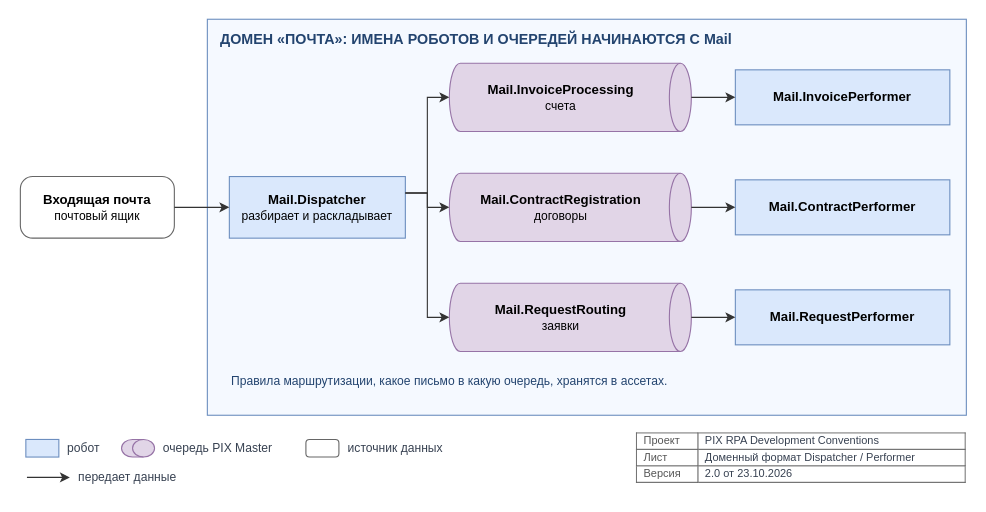
Above: page "project / project-domain" (2 of 6) of images/diagrams.drawio in TheMrDJek/PixRpaDevelopmentConventions (draw.io), before the change. Source tidied: cells renumbered, new cells numbered last; positions are measured from the earlier drawing's top-left corner, leaving out a move shared by most shapes. Both pictures are drawn from the tidied source at 110%, with x=0, y=0 at pixel (20, 19).
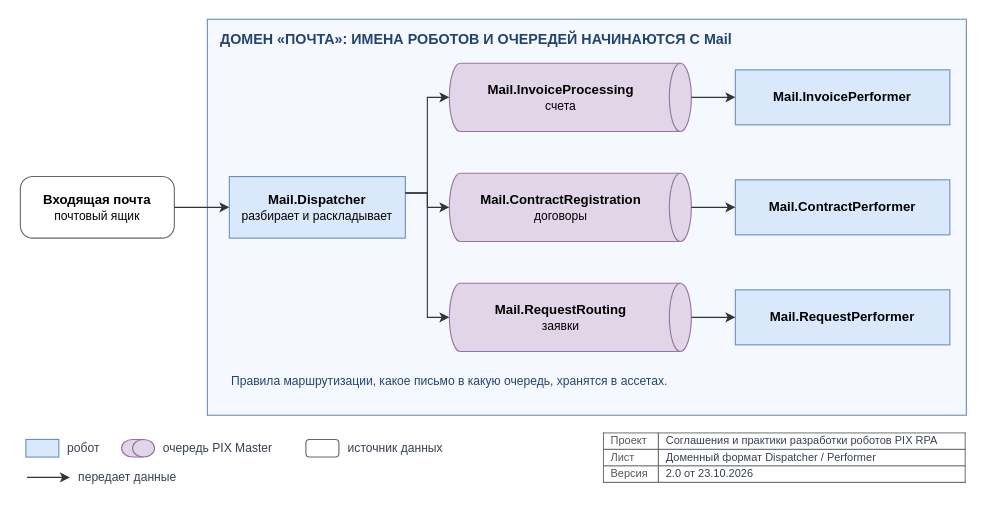
The same page after the edit.

Change to the diagram source:
```diff
@@
-    <mxCell id="29" value="&lt;table style=&quot;border-collapse:collapse;width:100%;font-size:10px&quot;&gt;&lt;tr&gt;&lt;td style=&quot;border:1px solid #666;padding:1px 6px;color:#555&quot;&gt;Проект&lt;/td&gt;&lt;td style=&quot;border:1px solid #666;padding:1px 6px&quot;&gt;PIX RPA Development Conventions&lt;/td&gt;&lt;/tr&gt;&lt;tr&gt;&lt;td style=&quot;border:1px solid #666;padding:1px 6px;color:#555&quot;&gt;Лист&lt;/td&gt;&lt;td style=&quot;border:1px solid #666;padding:1px 6px&quot;&gt;Доменный формат Dispatcher / Performer&lt;/td&gt;&lt;/tr&gt;&lt;tr&gt;&lt;td style=&quot;border:1px solid #666;padding:1px 6px;color:#555&quot;&gt;Версия&lt;/td&gt;&lt;td style=&quot;border:1px solid #666;padding:1px 6px&quot;&gt;2.0 от 23.10.2026&lt;/td&gt;&lt;/tr&gt;&lt;/table&gt;" style="text;strokeColor=none;fillColor=none;align=left;verticalAlign=middle;fontSize=12;fontColor=#374151;whiteSpace=wrap;html=1;fontFamily=Helvetica;verticalAlign=top;overflow=fill;" parent="1" vertex="1">
-      <mxGeometry x="560" y="376" width="300" height="54" as="geometry" />
+    <mxCell id="29" value="&lt;table style=&quot;border-collapse:collapse;width:100%;font-size:10px&quot;&gt;&lt;tr&gt;&lt;td style=&quot;border:1px solid #666;padding:1px 6px;color:#555&quot;&gt;Проект&lt;/td&gt;&lt;td style=&quot;border:1px solid #666;padding:1px 6px&quot;&gt;Соглашения и практики разработки роботов PIX RPA&lt;/td&gt;&lt;/tr&gt;&lt;tr&gt;&lt;td style=&quot;border:1px solid #666;padding:1px 6px;color:#555&quot;&gt;Лист&lt;/td&gt;&lt;td style=&quot;border:1px solid #666;padding:1px 6px&quot;&gt;Доменный формат Dispatcher / Performer&lt;/td&gt;&lt;/tr&gt;&lt;tr&gt;&lt;td style=&quot;border:1px solid #666;padding:1px 6px;color:#555&quot;&gt;Версия&lt;/td&gt;&lt;td style=&quot;border:1px solid #666;padding:1px 6px&quot;&gt;2.0 от 23.10.2026&lt;/td&gt;&lt;/tr&gt;&lt;/table&gt;" style="text;strokeColor=none;fillColor=none;align=left;verticalAlign=middle;fontSize=12;fontColor=#374151;whiteSpace=wrap;html=1;fontFamily=Helvetica;verticalAlign=top;overflow=fill;" parent="1" vertex="1">
+      <mxGeometry x="530" y="376" width="330" height="54" as="geometry" />
     </mxCell>
```
